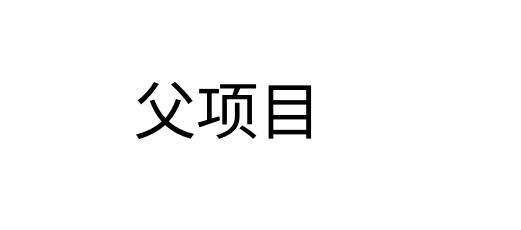
Before: 普通Maven项目.drawio in Yaozongbin0828/UMLetDraw, a draw.io diagram. Source tidied: cells renumbered, new cells numbered last; positions are measured from the earlier drawing's top-left corner, leaving out a move shared by most shapes. Both pictures are drawn from the tidied source at 125%, with x=0, y=0 at pixel (21, 21).
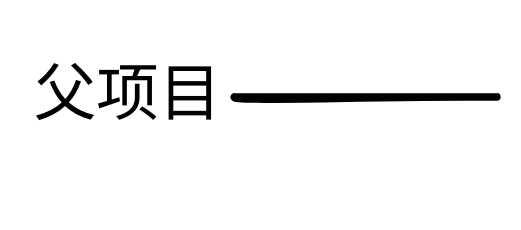
Above is the later version.

Commit message (it also covers changes not shown here):
更新普通Maven项目.drawio

Change to the diagram source:
```diff
@@
 <mxGraphModel>
   <root>
     <mxCell id="0" />
     <mxCell id="1" parent="0" />
     <mxCell id="2" value="&lt;font style=&quot;font-size: 50px;&quot;&gt;父项目&lt;/font&gt;" style="text;html=1;align=center;verticalAlign=middle;whiteSpace=wrap;rounded=0;fontFamily=Architects Daughter;" parent="1" vertex="1">
-      <mxGeometry width="330" height="150" as="geometry" />
+      <mxGeometry width="170" height="120" as="geometry" />
     </mxCell>
+    <mxCell id="3" style="endArrow=none;html=1;rounded=0;sketch=1;hachureGap=4;jiggle=2;curveFitting=1;fontFamily=Courier New;strokeWidth=6;curved=1;" parent="1" edge="1" source="2">
+      <mxGeometry relative="1" as="geometry">
+        <mxPoint x="380" y="60" as="targetPoint" />
+      </mxGeometry>
+    </mxCell>
   </root>
 </mxGraphModel>
```
